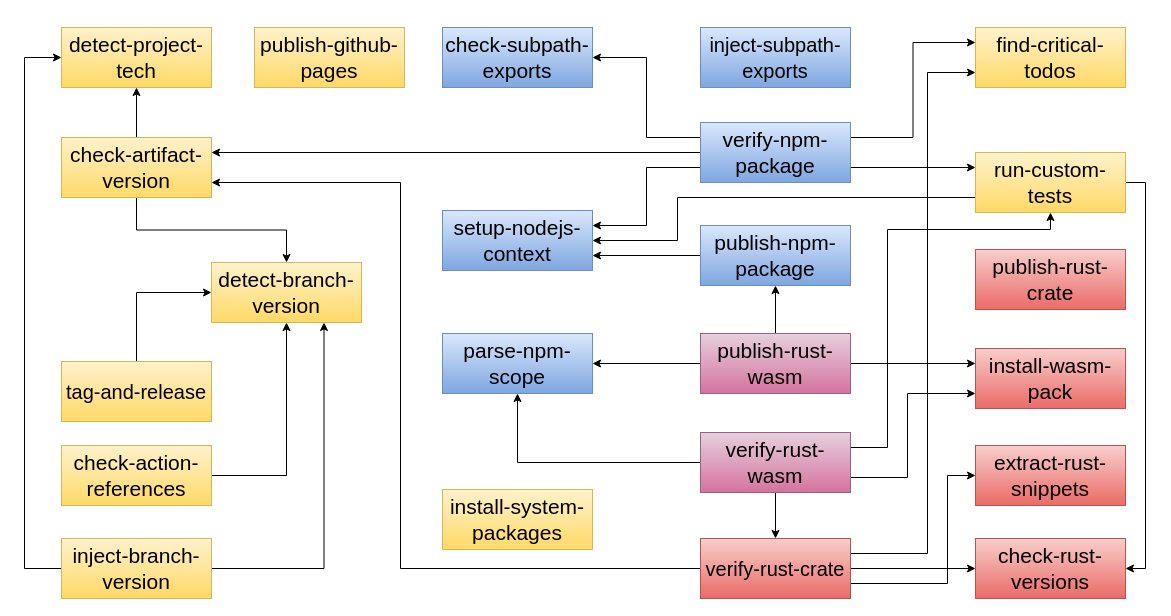
Above: docs/schema.drawio in giancosta86/aurora-github (draw.io), before the change. Source tidied: cells renumbered, new cells numbered last; positions are measured from the earlier drawing's top-left corner, leaving out a move shared by most shapes. Both pictures are drawn from the tidied source at 100%, with x=0, y=0 at pixel (24, 27).
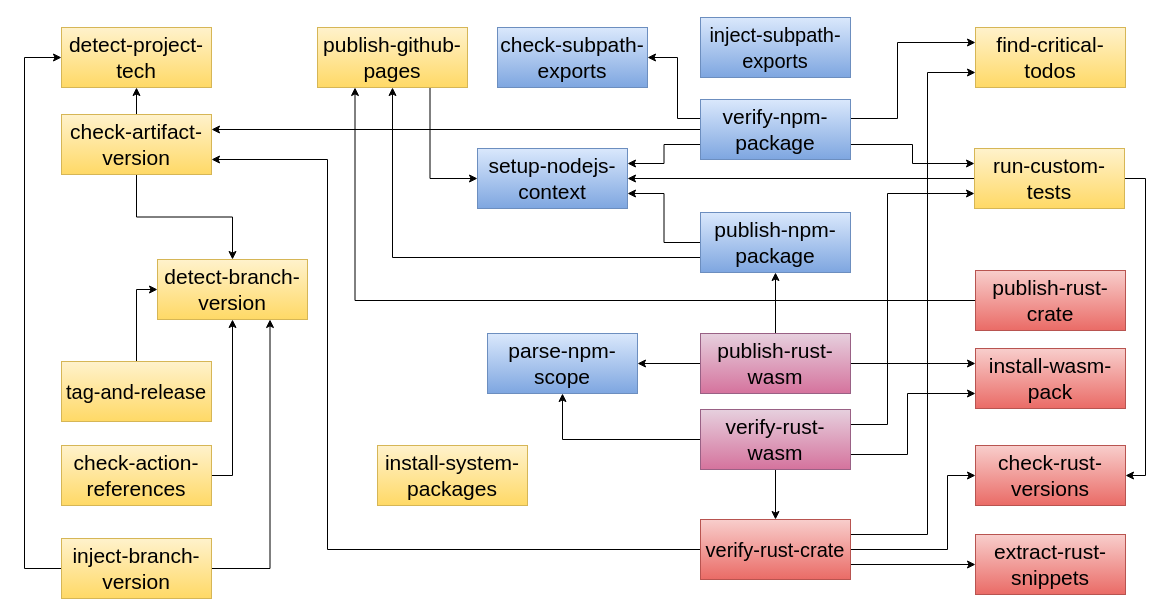
Above is the later version.

The change refers to these unchanged cells:
```xml
<mxCell id="3" value="&lt;font color=&quot;#000000&quot; style=&quot;font-size: 21px;&quot;&gt;install-wasm-pack&lt;/font&gt;" style="rounded=0;whiteSpace=wrap;html=1;fillColor=#f8cecc;gradientColor=#ea6b66;strokeColor=#b85450;fontSize=21;" parent="1" vertex="1">
  <mxGeometry x="951" y="321" width="150" height="60" as="geometry" />
</mxCell>
<mxCell id="39" value="&lt;font color=&quot;#000000&quot; style=&quot;font-size: 21px;&quot;&gt;find-critical-todos&lt;/font&gt;" style="rounded=0;whiteSpace=wrap;html=1;fillColor=#fff2cc;gradientColor=#ffd966;strokeColor=#d6b656;fontSize=21;" parent="1" vertex="1">
  <mxGeometry x="951" width="150" height="60" as="geometry" />
</mxCell>
```

What changed in the source:
```diff
@@
     <mxCell id="4" value="&lt;font color=&quot;#000000&quot; style=&quot;font-size: 21px;&quot;&gt;check-rust-versions&lt;/font&gt;" style="rounded=0;whiteSpace=wrap;html=1;fillColor=#f8cecc;gradientColor=#ea6b66;strokeColor=#b85450;fontSize=21;" parent="1" vertex="1">
-      <mxGeometry x="951" y="511" width="150" height="60" as="geometry" />
+      <mxGeometry x="951" y="418" width="150" height="60" as="geometry" />
     </mxCell>
     <mxCell id="5" value="&lt;font color=&quot;#000000&quot; style=&quot;font-size: 21px;&quot;&gt;detect-branch-version&lt;/font&gt;" style="rounded=0;whiteSpace=wrap;html=1;fillColor=#fff2cc;gradientColor=#ffd966;strokeColor=#d6b656;fontSize=21;" parent="1" vertex="1">
-      <mxGeometry x="187" y="235" width="150" height="60" as="geometry" />
+      <mxGeometry x="133" y="232" width="150" height="60" as="geometry" />
     </mxCell>
@@
     <mxCell id="8" value="&lt;font color=&quot;#000000&quot; style=&quot;font-size: 21px;&quot;&gt;check-artifact-version&lt;/font&gt;" style="rounded=0;whiteSpace=wrap;html=1;fillColor=#fff2cc;gradientColor=#ffd966;strokeColor=#d6b656;fontSize=21;" parent="1" vertex="1">
-      <mxGeometry x="37" y="110" width="150" height="60" as="geometry" />
+      <mxGeometry x="37" y="87" width="150" height="60" as="geometry" />
     </mxCell>
@@
-    <mxCell id="11" style="edgeStyle=orthogonalEdgeStyle;rounded=0;jettySize=auto;html=1;exitX=0;exitY=0.5;exitDx=0;exitDy=0;entryX=1;entryY=0.75;entryDx=0;entryDy=0;" parent="1" edge="1" source="15" target="8">
-      <mxGeometry relative="1" as="geometry">
-        <Array as="points">
-          <mxPoint x="376" y="541" />
-          <mxPoint x="376" y="155" />
-        </Array>
-      </mxGeometry>
-    </mxCell>
+    <mxCell id="14" style="edgeStyle=orthogonalEdgeStyle;rounded=0;jettySize=auto;html=1;exitX=1;exitY=0.75;exitDx=0;exitDy=0;entryX=0;entryY=0.5;entryDx=0;entryDy=0;" parent="1" edge="1" source="15" target="40">
+      <mxGeometry relative="1" as="geometry" />
+    </mxCell>
     <mxCell id="12" style="edgeStyle=orthogonalEdgeStyle;rounded=0;jettySize=auto;html=1;exitX=1;exitY=0.25;exitDx=0;exitDy=0;entryX=0;entryY=0.75;entryDx=0;entryDy=0;" parent="1" edge="1" source="15" target="39">
       <mxGeometry relative="1" as="geometry">
         <Array as="points">
-          <mxPoint x="903" y="526" />
+          <mxPoint x="903" y="507" />
           <mxPoint x="903" y="45" />
         </Array>
       </mxGeometry>
     </mxCell>
     <mxCell id="13" style="edgeStyle=orthogonalEdgeStyle;rounded=0;jettySize=auto;html=1;exitX=1;exitY=0.5;exitDx=0;exitDy=0;entryX=0;entryY=0.5;entryDx=0;entryDy=0;" parent="1" edge="1" source="15" target="4">
-      <mxGeometry relative="1" as="geometry" />
+      <mxGeometry relative="1" as="geometry">
+        <Array as="points">
+          <mxPoint x="923" y="522" />
+          <mxPoint x="923" y="448" />
+        </Array>
+      </mxGeometry>
     </mxCell>
-    <mxCell id="14" style="edgeStyle=orthogonalEdgeStyle;rounded=0;jettySize=auto;html=1;exitX=1;exitY=0.75;exitDx=0;exitDy=0;entryX=0;entryY=0.5;entryDx=0;entryDy=0;" parent="1" edge="1" source="15" target="40">
-      <mxGeometry relative="1" as="geometry">
-        <Array as="points">
-          <mxPoint x="923" y="556" />
-          <mxPoint x="923" y="448" />
-        </Array>
-      </mxGeometry>
-    </mxCell>
+    <mxCell id="11" style="edgeStyle=orthogonalEdgeStyle;rounded=0;jettySize=auto;html=1;exitX=0;exitY=0.5;exitDx=0;exitDy=0;entryX=1;entryY=0.75;entryDx=0;entryDy=0;" parent="1" edge="1" source="15" target="8">
+      <mxGeometry relative="1" as="geometry">
+        <Array as="points">
+          <mxPoint x="303" y="522" />
+          <mxPoint x="303" y="132" />
+        </Array>
+      </mxGeometry>
+    </mxCell>
     <mxCell id="15" value="&lt;font style=&quot;font-size: 20px;&quot;&gt;&lt;span style=&quot;color: rgb(0, 0, 0);&quot;&gt;verify&lt;/span&gt;&lt;font color=&quot;#000000&quot; style=&quot;font-size: 20px;&quot;&gt;-rust-crate&lt;/font&gt;&lt;/font&gt;" style="rounded=0;whiteSpace=wrap;html=1;fillColor=#f8cecc;gradientColor=#ea6b66;strokeColor=#b85450;fontSize=21;" parent="1" vertex="1">
-      <mxGeometry x="676" y="511" width="150" height="60" as="geometry" />
+      <mxGeometry x="676" y="492" width="150" height="60" as="geometry" />
     </mxCell>
+    <mxCell id="50" style="edgeStyle=orthogonalEdgeStyle;rounded=0;jettySize=auto;html=1;exitX=0;exitY=0.5;exitDx=0;exitDy=0;entryX=0.25;entryY=1;entryDx=0;entryDy=0;" parent="1" edge="1" source="16" target="46">
+      <mxGeometry relative="1" as="geometry" />
+    </mxCell>
     <mxCell id="16" value="&lt;font color=&quot;#000000&quot; style=&quot;font-size: 21px;&quot;&gt;publish-rust-crate&lt;/font&gt;" style="rounded=0;whiteSpace=wrap;html=1;fillColor=#f8cecc;gradientColor=#ea6b66;strokeColor=#b85450;fontSize=21;" parent="1" vertex="1">
-      <mxGeometry x="951" y="222" width="150" height="60" as="geometry" />
+      <mxGeometry x="951" y="243" width="150" height="60" as="geometry" />
     </mxCell>
@@
     <mxCell id="18" style="edgeStyle=orthogonalEdgeStyle;rounded=0;jettySize=auto;html=1;exitX=0;exitY=0.25;exitDx=0;exitDy=0;entryX=1;entryY=0.5;entryDx=0;entryDy=0;" parent="1" edge="1" source="22" target="44">
-      <mxGeometry relative="1" as="geometry" />
+      <mxGeometry relative="1" as="geometry">
+        <Array as="points">
+          <mxPoint x="653" y="91" />
+          <mxPoint x="653" y="30" />
+        </Array>
+      </mxGeometry>
     </mxCell>
@@
     <mxCell id="20" style="edgeStyle=orthogonalEdgeStyle;rounded=0;jettySize=auto;html=1;exitX=1;exitY=0.25;exitDx=0;exitDy=0;entryX=0;entryY=0.25;entryDx=0;entryDy=0;" parent="1" edge="1" source="22" target="39">
-      <mxGeometry relative="1" as="geometry" />
+      <mxGeometry relative="1" as="geometry">
+        <Array as="points">
+          <mxPoint x="873" y="91" />
+          <mxPoint x="873" y="15" />
+        </Array>
+      </mxGeometry>
     </mxCell>
@@
     <mxCell id="22" value="&lt;span style=&quot;color: rgb(0, 0, 0);&quot;&gt;verify&lt;/span&gt;&lt;font color=&quot;#000000&quot; style=&quot;font-size: 21px;&quot;&gt;-npm-package&lt;/font&gt;" style="rounded=0;whiteSpace=wrap;html=1;fillColor=#dae8fc;gradientColor=#7ea6e0;strokeColor=#6c8ebf;fontSize=21;" parent="1" vertex="1">
-      <mxGeometry x="676" y="95" width="150" height="60" as="geometry" />
+      <mxGeometry x="676" y="72" width="150" height="60" as="geometry" />
     </mxCell>
@@
+    <mxCell id="51" style="edgeStyle=orthogonalEdgeStyle;rounded=0;jettySize=auto;html=1;exitX=0;exitY=0.75;exitDx=0;exitDy=0;entryX=0.5;entryY=1;entryDx=0;entryDy=0;" parent="1" edge="1" source="24" target="46">
+      <mxGeometry relative="1" as="geometry" />
+    </mxCell>
     <mxCell id="24" value="&lt;font color=&quot;#000000&quot; style=&quot;font-size: 21px;&quot;&gt;publish-npm-package&lt;/font&gt;" style="rounded=0;whiteSpace=wrap;html=1;fillColor=#dae8fc;gradientColor=#7ea6e0;strokeColor=#6c8ebf;fontSize=21;" parent="1" vertex="1">
-      <mxGeometry x="676" y="198" width="150" height="60" as="geometry" />
+      <mxGeometry x="676" y="185" width="150" height="60" as="geometry" />
     </mxCell>
@@
     <mxCell id="27" style="edgeStyle=orthogonalEdgeStyle;rounded=0;jettySize=auto;html=1;exitX=1;exitY=0.75;exitDx=0;exitDy=0;entryX=0;entryY=0.75;entryDx=0;entryDy=0;" parent="1" edge="1" source="29" target="3">
       <mxGeometry relative="1" as="geometry">
         <Array as="points">
-          <mxPoint x="883" y="450" />
+          <mxPoint x="883" y="427" />
           <mxPoint x="883" y="366" />
         </Array>
       </mxGeometry>
     </mxCell>
-    <mxCell id="28" style="edgeStyle=orthogonalEdgeStyle;rounded=0;jettySize=auto;html=1;exitX=1;exitY=0.25;exitDx=0;exitDy=0;entryX=0.5;entryY=1;entryDx=0;entryDy=0;" parent="1" edge="1" source="29" target="49">
+    <mxCell id="28" style="edgeStyle=orthogonalEdgeStyle;rounded=0;jettySize=auto;html=1;exitX=1;exitY=0.25;exitDx=0;exitDy=0;entryX=0;entryY=0.75;entryDx=0;entryDy=0;" parent="1" edge="1" source="29" target="49">
       <mxGeometry relative="1" as="geometry">
         <Array as="points">
-          <mxPoint x="863" y="420" />
-          <mxPoint x="863" y="202" />
-          <mxPoint x="1026" y="202" />
+          <mxPoint x="863" y="397" />
+          <mxPoint x="863" y="166" />
         </Array>
       </mxGeometry>
     </mxCell>
     <mxCell id="29" value="&lt;font color=&quot;#000000&quot; style=&quot;font-size: 21px;&quot;&gt;verify-rust-wasm&lt;/font&gt;" style="rounded=0;whiteSpace=wrap;html=1;fillColor=#e6d0de;strokeColor=#996185;gradientColor=#d5739d;fontSize=21;" parent="1" vertex="1">
-      <mxGeometry x="676" y="405" width="150" height="60" as="geometry" />
+      <mxGeometry x="676" y="382" width="150" height="60" as="geometry" />
     </mxCell>
@@
     <mxCell id="40" value="&lt;font color=&quot;#000000&quot; style=&quot;font-size: 21px;&quot;&gt;extract-rust-snippets&lt;/font&gt;" style="rounded=0;whiteSpace=wrap;html=1;fillColor=#f8cecc;gradientColor=#ea6b66;strokeColor=#b85450;fontSize=21;" parent="1" vertex="1">
-      <mxGeometry x="951" y="418" width="150" height="60" as="geometry" />
+      <mxGeometry x="951" y="507" width="150" height="60" as="geometry" />
     </mxCell>
     <mxCell id="41" value="&lt;font color=&quot;#000000&quot; style=&quot;font-size: 21px;&quot;&gt;parse-npm-scope&lt;/font&gt;" style="rounded=0;whiteSpace=wrap;html=1;fillColor=#dae8fc;gradientColor=#7ea6e0;strokeColor=#6c8ebf;fontSize=21;" parent="1" vertex="1">
-      <mxGeometry x="418" y="306" width="150" height="60" as="geometry" />
+      <mxGeometry x="463" y="306" width="150" height="60" as="geometry" />
     </mxCell>
     <mxCell id="42" value="&lt;font color=&quot;#000000&quot; style=&quot;font-size: 21px;&quot;&gt;install-system-packages&lt;/font&gt;" style="rounded=0;whiteSpace=wrap;html=1;fillColor=#fff2cc;gradientColor=#ffd966;strokeColor=#d6b656;fontSize=21;rotation=0;" parent="1" vertex="1">
-      <mxGeometry x="418" y="462" width="150" height="60" as="geometry" />
+      <mxGeometry x="353" y="418" width="150" height="60" as="geometry" />
     </mxCell>
     <mxCell id="43" value="&lt;font style=&quot;font-size: 20px;&quot; color=&quot;#000000&quot;&gt;inject-subpath-exports&lt;/font&gt;" style="rounded=0;whiteSpace=wrap;html=1;fillColor=#dae8fc;gradientColor=#7ea6e0;strokeColor=#6c8ebf;fontSize=21;" parent="1" vertex="1">
-      <mxGeometry x="676" width="150" height="60" as="geometry" />
+      <mxGeometry x="676" y="-10" width="150" height="60" as="geometry" />
     </mxCell>
     <mxCell id="44" value="&lt;font color=&quot;#000000&quot;&gt;check-subpath-exports&lt;/font&gt;" style="rounded=0;whiteSpace=wrap;html=1;fillColor=#dae8fc;gradientColor=#7ea6e0;strokeColor=#6c8ebf;fontSize=21;" parent="1" vertex="1">
-      <mxGeometry x="418" width="150" height="60" as="geometry" />
+      <mxGeometry x="473" width="150" height="60" as="geometry" />
     </mxCell>
     <mxCell id="45" value="&lt;font color=&quot;#000000&quot; style=&quot;font-size: 21px;&quot;&gt;setup-nodejs-context&lt;/font&gt;" style="rounded=0;whiteSpace=wrap;html=1;fillColor=#dae8fc;gradientColor=#7ea6e0;strokeColor=#6c8ebf;fontSize=21;" parent="1" vertex="1">
-      <mxGeometry x="418" y="183" width="150" height="60" as="geometry" />
+      <mxGeometry x="453" y="121" width="150" height="60" as="geometry" />
     </mxCell>
+    <mxCell id="52" style="edgeStyle=orthogonalEdgeStyle;rounded=0;jettySize=auto;html=1;exitX=0.75;exitY=1;exitDx=0;exitDy=0;entryX=0;entryY=0.5;entryDx=0;entryDy=0;" parent="1" edge="1" source="46" target="45">
+      <mxGeometry relative="1" as="geometry" />
+    </mxCell>
     <mxCell id="46" value="&lt;font color=&quot;#000000&quot; style=&quot;font-size: 21px;&quot;&gt;publish-github-pages&lt;/font&gt;" style="rounded=0;whiteSpace=wrap;html=1;fillColor=#fff2cc;gradientColor=#ffd966;strokeColor=#d6b656;fontSize=21;" parent="1" vertex="1">
-      <mxGeometry x="230" width="150" height="60" as="geometry" />
+      <mxGeometry x="293" width="150" height="60" as="geometry" />
     </mxCell>
@@
-    <mxCell id="48" style="edgeStyle=orthogonalEdgeStyle;rounded=0;jettySize=auto;html=1;exitX=0;exitY=0.75;exitDx=0;exitDy=0;entryX=1;entryY=0.5;entryDx=0;entryDy=0;" parent="1" edge="1" source="49" target="45">
-      <mxGeometry relative="1" as="geometry">
-        <Array as="points">
-          <mxPoint x="653" y="170" />
-          <mxPoint x="653" y="213" />
-        </Array>
-      </mxGeometry>
+    <mxCell id="48" style="edgeStyle=orthogonalEdgeStyle;rounded=0;jettySize=auto;html=1;exitX=0;exitY=0.5;exitDx=0;exitDy=0;entryX=1;entryY=0.5;entryDx=0;entryDy=0;" parent="1" edge="1" source="49" target="45">
+      <mxGeometry relative="1" as="geometry" />
     </mxCell>
     <mxCell id="49" value="&lt;font color=&quot;#000000&quot; style=&quot;font-size: 21px;&quot;&gt;run-custom-tests&lt;/font&gt;" style="rounded=0;whiteSpace=wrap;html=1;fillColor=#fff2cc;gradientColor=#ffd966;strokeColor=#d6b656;fontSize=21;rotation=0;" parent="1" vertex="1">
-      <mxGeometry x="951" y="125" width="150" height="60" as="geometry" />
+      <mxGeometry x="950" y="121" width="150" height="60" as="geometry" />
     </mxCell>
```
